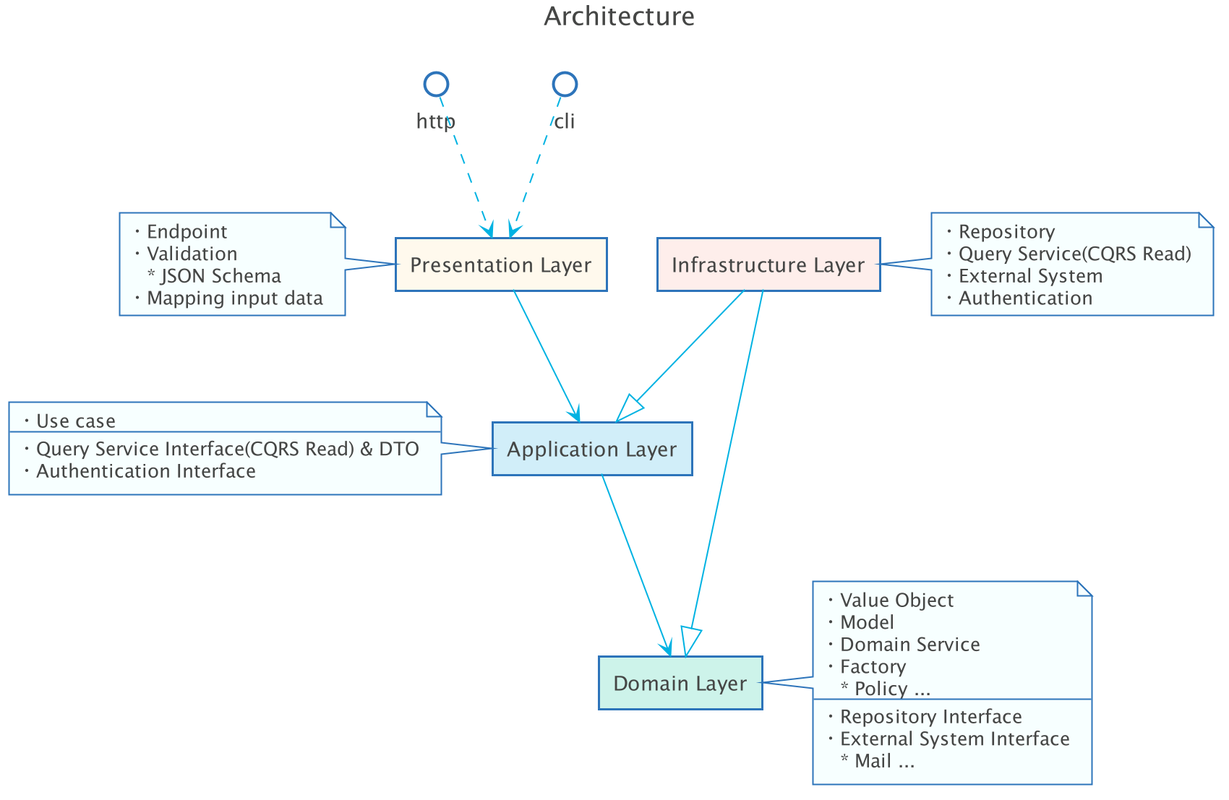
Earlier version of the PlantUML export docs/uml/architecture.png (apple-x-co/bear-app-old).
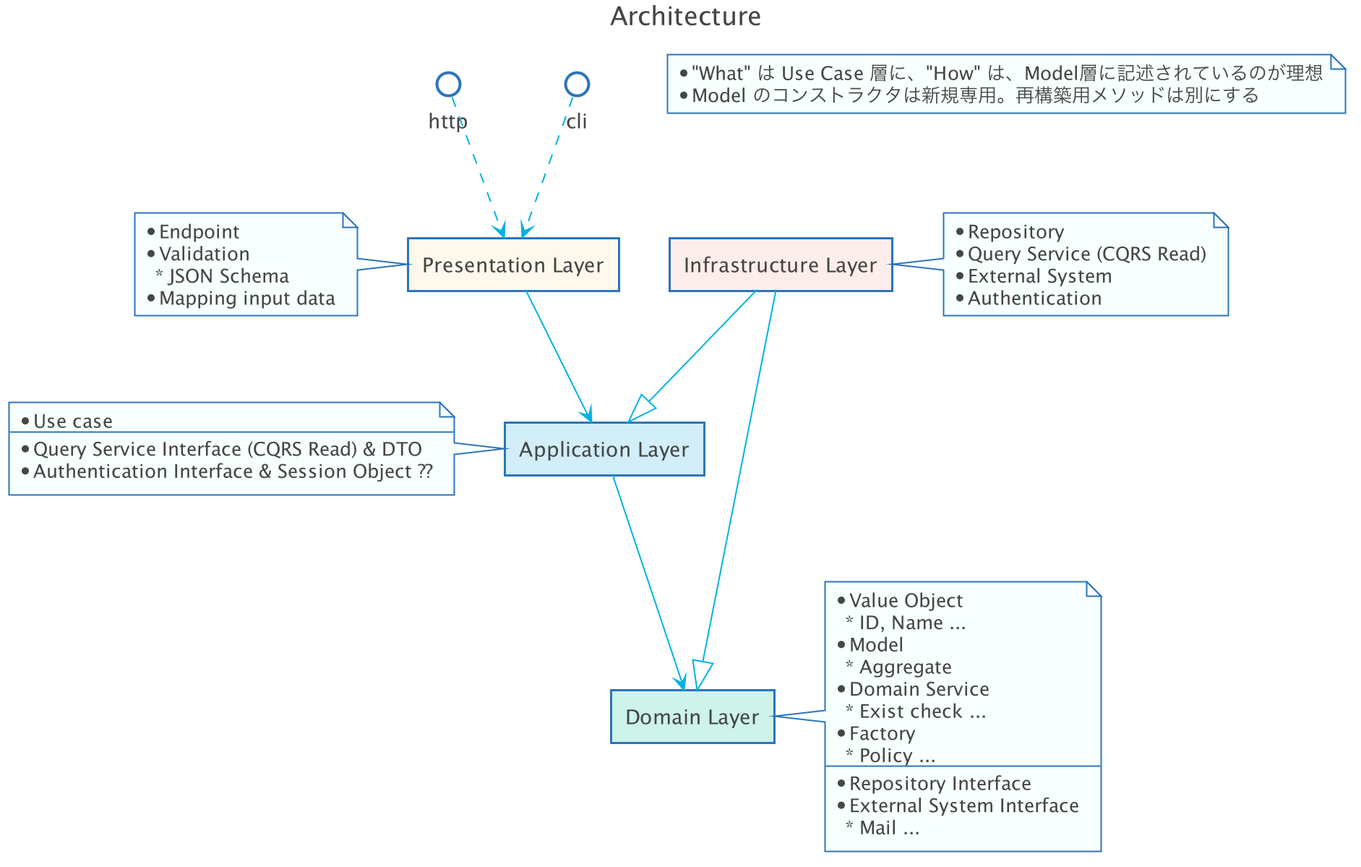
Above is the later version.

Change to the diagram source:
```diff
@@ -112,42 +112,45 @@
 rectangle "Presentation Layer" as presentation #FFF9ED
 
 note left of (presentation)
-・Endpoint
-・Validation
-　* JSON Schema
-・Mapping input data
+* Endpoint
+* Validation
+  * JSON Schema
+* Mapping input data
 end note
 
 rectangle "Infrastructure Layer" as infra #FEEEEB
 
 note right of (infra)
-・Repository
-・Query Service(CQRS Read)
-・External System
-・Authentication
+* Repository
+* Query Service (CQRS Read)
+* External System
+* Authentication
 end note
 
 rectangle "Application Layer" as app #D1EEF9
 
 note left of (app)
-・Use case
+* Use case
 ---
-・Query Service Interface(CQRS Read) & DTO
-・Authentication Interface
+* Query Service Interface (CQRS Read) & DTO
+* Authentication Interface & Session Object ??
 end note
 
 rectangle "Domain Layer" as domain #CDF3EA
 
 note right of (domain)
-・Value Object
-・Model
-・Domain Service
-・Factory
-　* Policy ...
+* Value Object
+  * ID, Name ...
+* Model
+  * Aggregate
+* Domain Service
+  * Exist check ...
+* Factory
+  * Policy ...
 ---
-・Repository Interface
-・External System Interface
-　* Mail ...
+* Repository Interface
+* External System Interface
+  * Mail ...
 end note
 
 http ..> presentation
@@ -157,4 +160,9 @@
 app --> domain
 infra --|> domain
 
+note as notice
+* "What" は Use Case 層に、"How" は、Model層に記述されているのが理想
+* Model のコンストラクタは新規専用。再構築用メソッドは別にする
+end note
+
 @enduml
```
